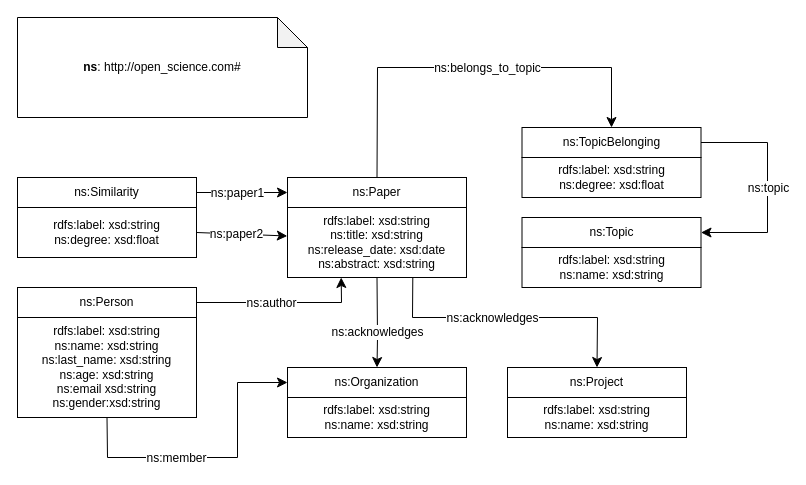
Earlier version of the draw.io diagram ontologies/ontology_graph.drawio.xml (JorgeMIng/Article_Graph). Source tidied: cells renumbered, new cells numbered last; positions are measured from the earlier drawing's top-left corner, leaving out a move shared by most shapes. Both pictures are drawn from the tidied source at 100%, with x=0, y=0 at pixel (17, 17).
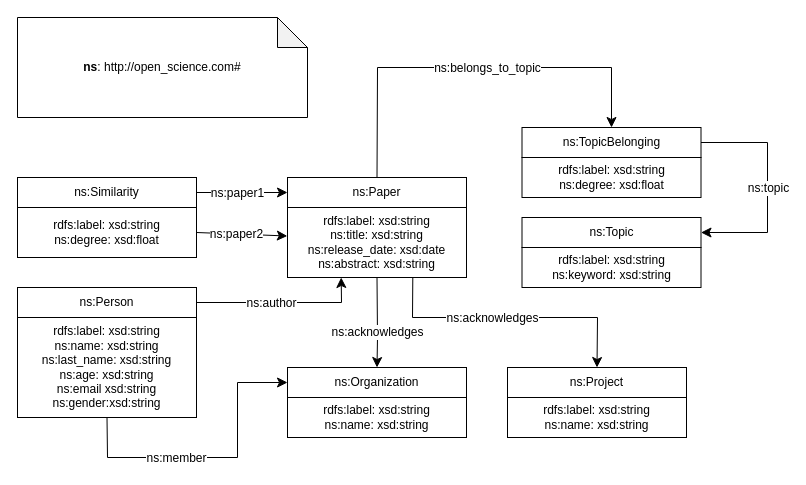
The same diagram, later.

Commit message (it also covers changes not shown here):
modify ontology by adding ns:keyword datatypeproperty instead of name for the class ns:Topic

Change to the diagram source:
```diff
@@
-    <mxCell id="5" value="&lt;div&gt;rdfs:label: xsd:string&lt;br&gt;&lt;/div&gt;ns:name: xsd:string" style="rounded=0;whiteSpace=wrap;html=1;" parent="1" vertex="1">
+    <mxCell id="5" value="&lt;div&gt;rdfs:label: xsd:string&lt;br&gt;&lt;/div&gt;ns:keyword: xsd:string" style="rounded=0;whiteSpace=wrap;html=1;" parent="1" vertex="1">
       <mxGeometry x="504.5" y="230" width="179" height="40" as="geometry" />
     </mxCell>
```
